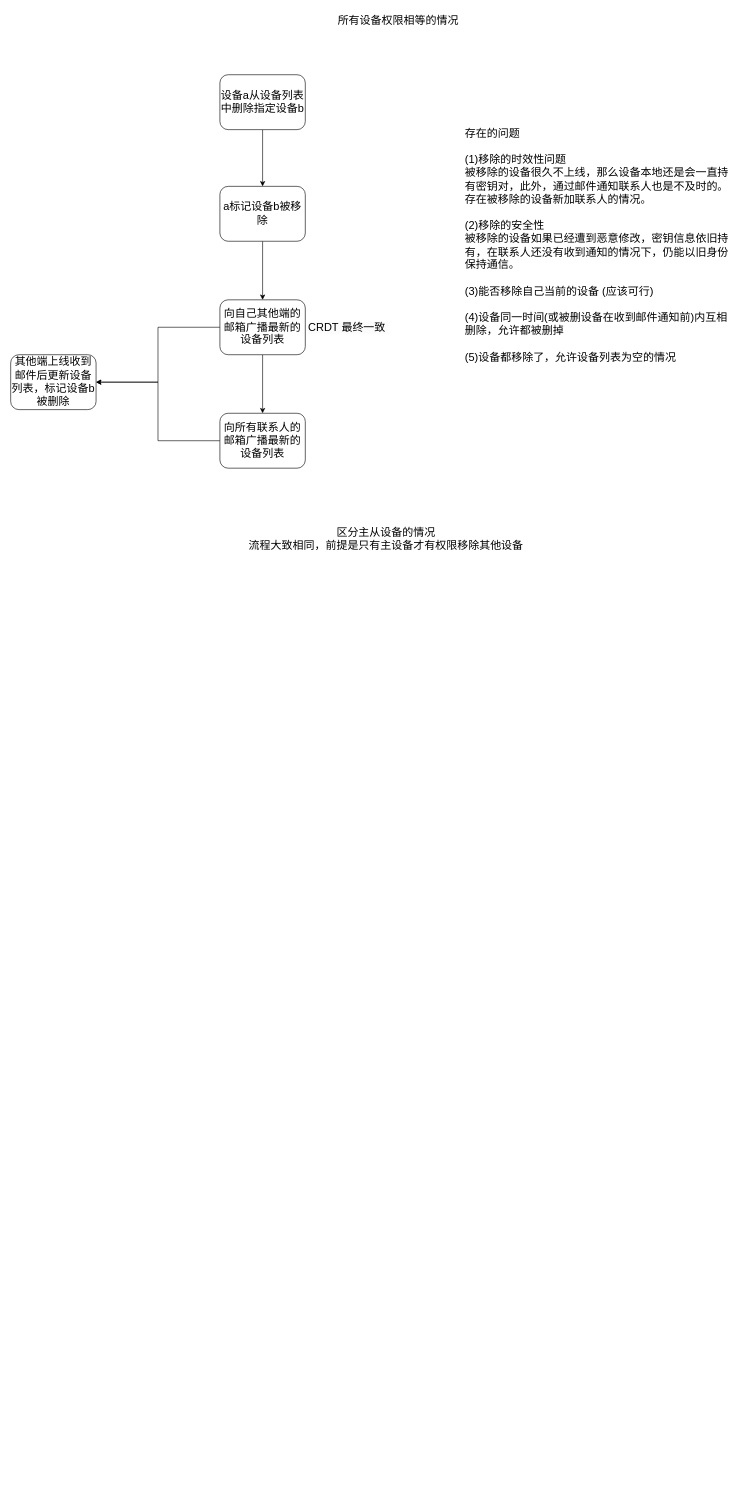
fiking1984/packetAnalyze keeps this draw.io diagram as page "第 14 页" (14 of 14) of src/main/java/Untitled Diagram.drawio. Above is the earlier version. Source tidied: cells renumbered, new cells numbered last; positions are measured from the earlier drawing's top-left corner, leaving out a move shared by most shapes. Both pictures are drawn from the tidied source at 61%, with x=0, y=0 at pixel (10, 10).
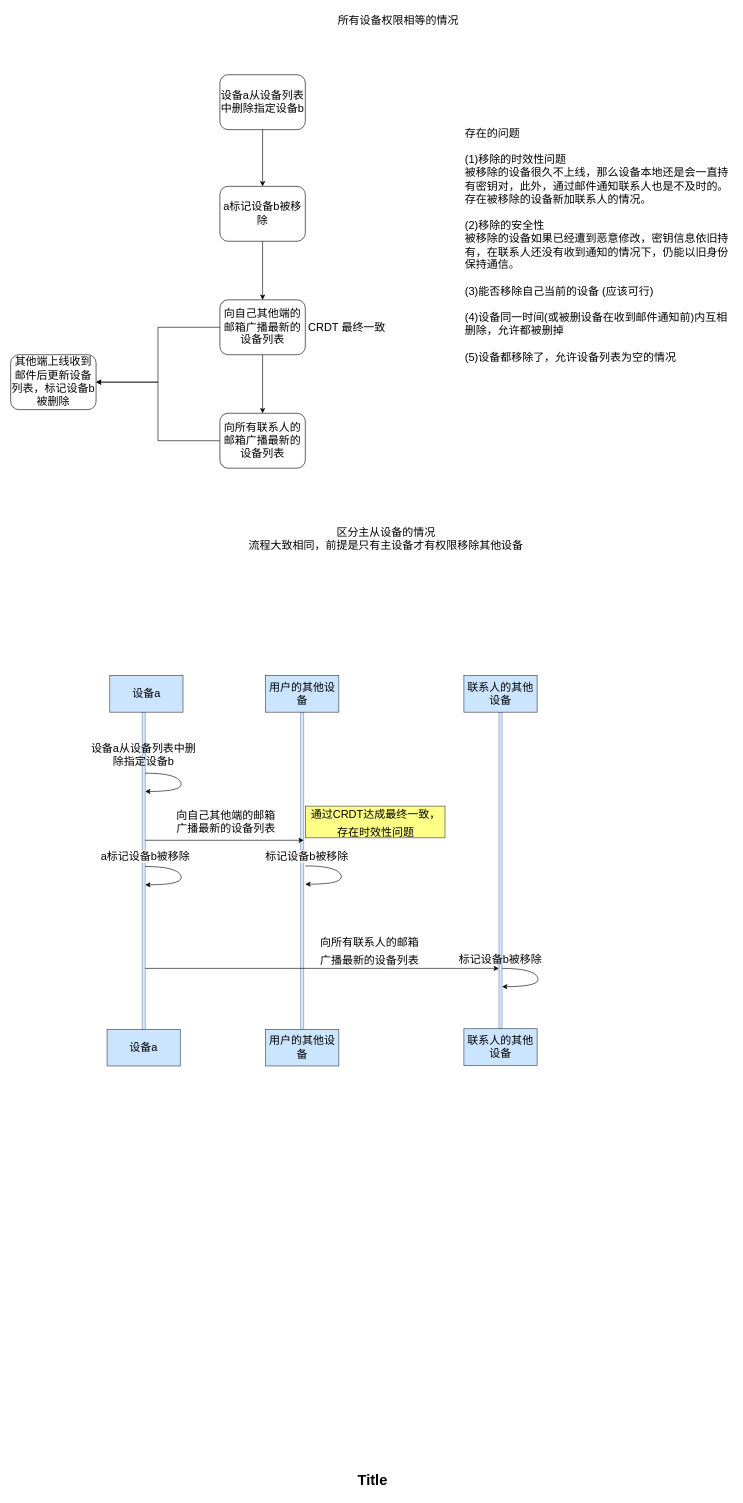
Above is the later version.

The edit, as a diff of the source:
```diff
@@
+    <mxCell id="16" style="html=1;points=[];perimeter=orthogonalPerimeter;outlineConnect=0;targetShapes=umlLifeline;portConstraint=eastwest;newEdgeStyle={&quot;edgeStyle&quot;:&quot;elbowEdgeStyle&quot;,&quot;elbow&quot;:&quot;vertical&quot;,&quot;curved&quot;:0,&quot;rounded&quot;:0};fillColor=#dae8fc;strokeColor=#6c8ebf;" parent="1" vertex="1">
+      <mxGeometry x="215.5" y="1150" width="5" height="520" as="geometry" />
+    </mxCell>
+    <mxCell id="17" value="&lt;font style=&quot;font-size: 18px;&quot;&gt;设备a从设备列表中删除指定设备b&lt;/font&gt;" style="text;html=1;strokeColor=none;fillColor=none;align=center;verticalAlign=middle;whiteSpace=wrap;rounded=0;" parent="1" vertex="1">
+      <mxGeometry x="123" y="1190" width="190" height="60" as="geometry" />
+    </mxCell>
+    <mxCell id="18" style="curved=1;endArrow=classic;html=1;rounded=0;" parent="1" edge="1">
+      <mxGeometry relative="1" as="geometry">
+        <mxPoint x="220.5" y="1250" as="sourcePoint" />
+        <mxPoint x="220.5" y="1280" as="targetPoint" />
+        <Array as="points">
+          <mxPoint x="272.5" y="1250" />
+          <mxPoint x="285.5" y="1280" />
+        </Array>
+      </mxGeometry>
+    </mxCell>
+    <mxCell id="19" value="&lt;span style=&quot;color: rgb(0, 0, 0); font-family: Helvetica; font-size: 18px; font-style: normal; font-variant-ligatures: normal; font-variant-caps: normal; font-weight: 400; letter-spacing: normal; orphans: 2; text-align: center; text-indent: 0px; text-transform: none; widows: 2; word-spacing: 0px; -webkit-text-stroke-width: 0px; background-color: rgb(255, 255, 255); text-decoration-thickness: initial; text-decoration-style: initial; text-decoration-color: initial; float: none; display: inline !important;&quot;&gt;a标记设备b被移除&lt;/span&gt;" style="text;whiteSpace=wrap;html=1;" parent="1" vertex="1">
+      <mxGeometry x="145.5" y="1370" width="180" height="50" as="geometry" />
+    </mxCell>
+    <mxCell id="20" style="curved=1;endArrow=classic;html=1;rounded=0;" parent="1" edge="1">
+      <mxGeometry relative="1" as="geometry">
+        <mxPoint x="220.5" y="1403" as="sourcePoint" />
+        <mxPoint x="220.5" y="1433" as="targetPoint" />
+        <Array as="points">
+          <mxPoint x="272.5" y="1403" />
+          <mxPoint x="285.5" y="1433" />
+        </Array>
+      </mxGeometry>
+    </mxCell>
+    <mxCell id="21" style="curved=1;endArrow=classic;html=1;rounded=0;" parent="1" edge="1">
+      <mxGeometry relative="1" as="geometry">
+        <mxPoint x="483" y="1402" as="sourcePoint" />
+        <mxPoint x="483" y="1432" as="targetPoint" />
+        <Array as="points">
+          <mxPoint x="535" y="1402" />
+          <mxPoint x="548" y="1432" />
+        </Array>
+      </mxGeometry>
+    </mxCell>
+    <mxCell id="22" value="&lt;font style=&quot;font-size: 18px;&quot;&gt;向自己其他端的邮箱广播最新的设备列表&lt;/font&gt;" style="rounded=0;whiteSpace=wrap;html=1;strokeColor=none;" parent="1" vertex="1">
+      <mxGeometry x="267.5" y="1300" width="170" height="60" as="geometry" />
+    </mxCell>
+    <mxCell id="23" value="&lt;font style=&quot;font-size: 18px;&quot;&gt;设备a&lt;/font&gt;" style="rounded=0;whiteSpace=wrap;html=1;fillColor=#cce5ff;strokeColor=#36393d;" parent="1" vertex="1">
+      <mxGeometry x="162.5" y="1090" width="120" height="60" as="geometry" />
+    </mxCell>
+    <mxCell id="24" style="html=1;perimeter=orthogonalPerimeter;targetShapes=umlLifeline;newEdgeStyle={&quot;edgeStyle&quot;:&quot;elbowEdgeStyle&quot;,&quot;elbow&quot;:&quot;vertical&quot;,&quot;curved&quot;:0,&quot;rounded&quot;:0};fillColor=#dae8fc;strokeColor=#6c8ebf;" parent="1" vertex="1">
+      <mxGeometry x="475.5" y="1150" width="5" height="520" as="geometry" />
+    </mxCell>
+    <mxCell id="25" value="&lt;span style=&quot;font-size: 18px;&quot;&gt;用户的其他设备&lt;/span&gt;" style="rounded=0;whiteSpace=wrap;html=1;fillColor=#cce5ff;strokeColor=#36393d;" parent="1" vertex="1">
+      <mxGeometry x="418" y="1090" width="120" height="60" as="geometry" />
+    </mxCell>
+    <mxCell id="26" style="endArrow=classic;html=1;rounded=0;" parent="1" edge="1" source="16">
+      <mxGeometry relative="1" as="geometry">
+        <mxPoint x="480.5" y="1360" as="targetPoint" />
+      </mxGeometry>
+    </mxCell>
+    <mxCell id="27" style="curved=1;endArrow=classic;html=1;rounded=0;" parent="1" edge="1">
+      <mxGeometry relative="1" as="geometry">
+        <mxPoint x="805.5" y="1570" as="sourcePoint" />
+        <mxPoint x="805.5" y="1600" as="targetPoint" />
+        <Array as="points">
+          <mxPoint x="857.5" y="1570" />
+          <mxPoint x="870.5" y="1600" />
+        </Array>
+      </mxGeometry>
+    </mxCell>
+    <mxCell id="28" value="&lt;span style=&quot;color: rgb(0, 0, 0); font-family: Helvetica; font-size: 18px; font-style: normal; font-variant-ligatures: normal; font-variant-caps: normal; font-weight: 400; letter-spacing: normal; orphans: 2; text-align: center; text-indent: 0px; text-transform: none; widows: 2; word-spacing: 0px; -webkit-text-stroke-width: 0px; background-color: rgb(255, 255, 255); text-decoration-thickness: initial; text-decoration-style: initial; text-decoration-color: initial; float: none; display: inline !important;&quot;&gt;标记设备b被移除&lt;/span&gt;" style="text;whiteSpace=wrap;html=1;" parent="1" vertex="1">
+      <mxGeometry x="415.5" y="1370" width="180" height="50" as="geometry" />
+    </mxCell>
+    <mxCell id="29" style="html=1;points=[];perimeter=orthogonalPerimeter;outlineConnect=0;targetShapes=umlLifeline;portConstraint=eastwest;newEdgeStyle={&quot;edgeStyle&quot;:&quot;elbowEdgeStyle&quot;,&quot;elbow&quot;:&quot;vertical&quot;,&quot;curved&quot;:0,&quot;rounded&quot;:0};fillColor=#dae8fc;strokeColor=#6c8ebf;" parent="1" vertex="1">
+      <mxGeometry x="800.5" y="1150" width="5" height="519" as="geometry" />
+    </mxCell>
+    <mxCell id="30" value="&lt;span style=&quot;font-size: 18px;&quot;&gt;联系人的其他设备&lt;/span&gt;" style="rounded=0;whiteSpace=wrap;html=1;fillColor=#cce5ff;strokeColor=#36393d;" parent="1" vertex="1">
+      <mxGeometry x="743" y="1090" width="120" height="60" as="geometry" />
+    </mxCell>
+    <mxCell id="31" style="endArrow=classic;html=1;rounded=0;" parent="1" edge="1" source="16" target="29">
+      <mxGeometry relative="1" as="geometry">
+        <Array as="points">
+          <mxPoint x="623" y="1570" />
+        </Array>
+      </mxGeometry>
+    </mxCell>
+    <mxCell id="32" value="Title" style="text;strokeColor=none;fillColor=none;html=1;fontSize=24;fontStyle=1;verticalAlign=middle;align=center;" parent="1" vertex="1">
+      <mxGeometry x="543" y="2390" width="100" height="40" as="geometry" />
+    </mxCell>
+    <mxCell id="33" value="&lt;font style=&quot;font-size: 18px; font-weight: normal;&quot;&gt;向所有联系人的邮箱&lt;br&gt;广播最新的设备列表&lt;/font&gt;" style="text;strokeColor=none;fillColor=none;html=1;fontSize=24;fontStyle=1;verticalAlign=middle;align=center;" parent="1" vertex="1">
+      <mxGeometry x="538" y="1520" width="100" height="40" as="geometry" />
+    </mxCell>
+    <mxCell id="34" value="&lt;font style=&quot;font-size: 18px;&quot;&gt;设备a&lt;/font&gt;" style="rounded=0;whiteSpace=wrap;html=1;fillColor=#cce5ff;strokeColor=#36393d;" parent="1" vertex="1">
+      <mxGeometry x="158" y="1670" width="120" height="60" as="geometry" />
+    </mxCell>
+    <mxCell id="35" value="&lt;span style=&quot;font-size: 18px;&quot;&gt;用户的其他设备&lt;/span&gt;" style="rounded=0;whiteSpace=wrap;html=1;fillColor=#cce5ff;strokeColor=#36393d;" parent="1" vertex="1">
+      <mxGeometry x="418" y="1670" width="120" height="60" as="geometry" />
+    </mxCell>
+    <mxCell id="36" value="&lt;span style=&quot;font-size: 18px;&quot;&gt;联系人的其他设备&lt;/span&gt;" style="rounded=0;whiteSpace=wrap;html=1;fillColor=#cce5ff;strokeColor=#36393d;" parent="1" vertex="1">
+      <mxGeometry x="743" y="1669" width="120" height="60" as="geometry" />
+    </mxCell>
+    <mxCell id="37" value="&lt;font style=&quot;font-size: 18px;&quot;&gt;标记设备b被移除&lt;/font&gt;" style="text;html=1;strokeColor=none;fillColor=none;align=center;verticalAlign=middle;whiteSpace=wrap;rounded=0;" parent="1" vertex="1">
+      <mxGeometry x="723" y="1540" width="160" height="30" as="geometry" />
+    </mxCell>
+    <mxCell id="38" value="&lt;span style=&quot;font-size: 18px; font-weight: normal;&quot;&gt;通过CRDT达成最终一致，&lt;br&gt;存在时效性问题&lt;/span&gt;" style="text;strokeColor=#36393d;fillColor=#ffff88;html=1;fontSize=24;fontStyle=1;verticalAlign=middle;align=center;" parent="1" vertex="1">
+      <mxGeometry x="483" y="1304" width="229" height="52" as="geometry" />
+    </mxCell>
```
